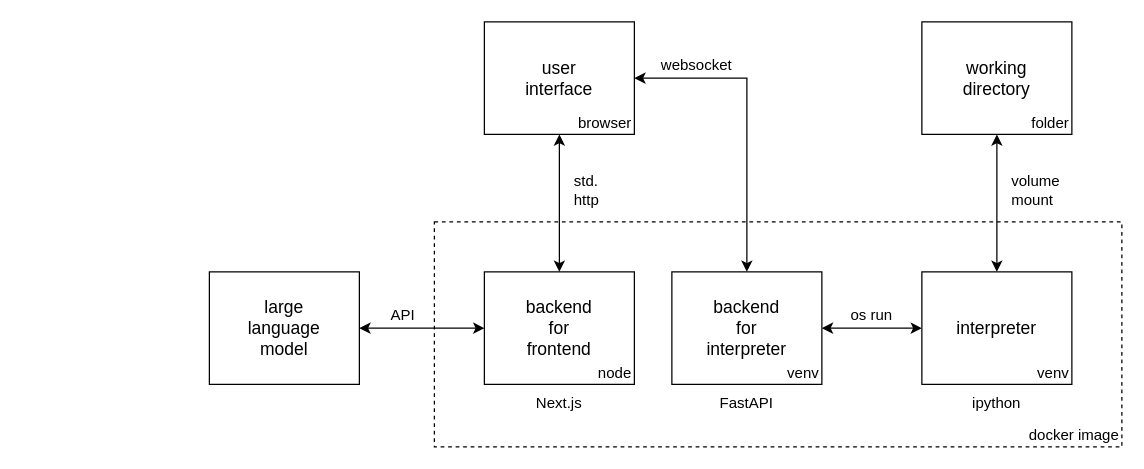
Before: docs/architecture.drawio in silvanmelchior/IncognitoPilot, a draw.io diagram. Source tidied: cells renumbered, new cells numbered last; positions are measured from the earlier drawing's top-left corner, leaving out a move shared by most shapes. Both pictures are drawn from the tidied source at 125%, with x=0, y=0 at pixel (209, 21).
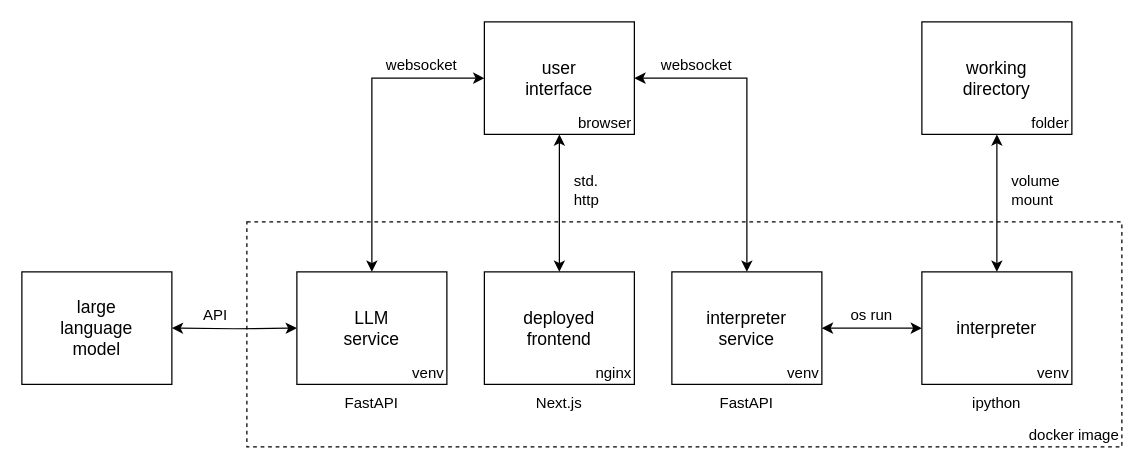
The same page after the edit.

Commit message (it also covers changes not shown here):
architecture and FAQs

The change refers to these unchanged cells:
```xml
<mxCell id="15" value="browser" style="rounded=0;whiteSpace=wrap;html=1;verticalAlign=bottom;align=right;" parent="1" vertex="1">
  <mxGeometry x="220" width="120" height="90" as="geometry" />
</mxCell>
```

Change to the diagram source:
```diff
@@
     <mxCell id="2" value="docker image" style="rounded=0;whiteSpace=wrap;html=1;align=right;verticalAlign=bottom;fillColor=none;dashed=1;" parent="1" vertex="1">
-      <mxGeometry x="180" y="160" width="550" height="180" as="geometry" />
+      <mxGeometry x="30" y="160" width="700" height="180" as="geometry" />
     </mxCell>
-    <mxCell id="3" style="edgeStyle=orthogonalEdgeStyle;rounded=0;jettySize=auto;html=1;entryX=1;entryY=0.5;entryDx=0;entryDy=0;startArrow=classic;startFill=1;" parent="1" edge="1" source="4" target="17">
-      <mxGeometry relative="1" as="geometry" />
+    <mxCell id="3" style="edgeStyle=orthogonalEdgeStyle;rounded=0;jettySize=auto;html=1;entryX=1;entryY=0.5;entryDx=0;entryDy=0;startArrow=classic;startFill=1;" parent="1" edge="1" target="17">
+      <mxGeometry relative="1" as="geometry">
+        <mxPoint x="70" y="245" as="sourcePoint" />
+      </mxGeometry>
     </mxCell>
-    <mxCell id="4" value="node" style="rounded=0;whiteSpace=wrap;html=1;verticalAlign=bottom;align=right;" parent="1" vertex="1">
+    <mxCell id="4" value="nginx" style="rounded=0;whiteSpace=wrap;html=1;verticalAlign=bottom;align=right;" parent="1" vertex="1">
       <mxGeometry x="220" y="200" width="120" height="90" as="geometry" />
     </mxCell>
@@
-    <mxCell id="8" value="backend for frontend" style="text;html=1;strokeColor=none;fillColor=none;align=center;verticalAlign=middle;whiteSpace=wrap;rounded=0;fontSize=14;" parent="1" vertex="1">
+    <mxCell id="8" value="deployed frontend" style="text;html=1;strokeColor=none;fillColor=none;align=center;verticalAlign=middle;whiteSpace=wrap;rounded=0;fontSize=14;" parent="1" vertex="1">
       <mxGeometry x="250" y="230" width="60" height="30" as="geometry" />
     </mxCell>
@@
-    <mxCell id="11" value="backend for interpreter" style="text;html=1;strokeColor=none;fillColor=none;align=center;verticalAlign=middle;whiteSpace=wrap;rounded=0;fontSize=14;" parent="1" vertex="1">
+    <mxCell id="11" value="interpreter service" style="text;html=1;strokeColor=none;fillColor=none;align=center;verticalAlign=middle;whiteSpace=wrap;rounded=0;fontSize=14;" parent="1" vertex="1">
       <mxGeometry x="400" y="230" width="60" height="30" as="geometry" />
     </mxCell>
@@
     <mxCell id="17" style="rounded=0;whiteSpace=wrap;html=1;verticalAlign=bottom;align=right;" parent="1" vertex="1">
-      <mxGeometry y="200" width="120" height="90" as="geometry" />
+      <mxGeometry x="-150" y="200" width="120" height="90" as="geometry" />
     </mxCell>
     <mxCell id="18" value="large language model" style="text;html=1;strokeColor=none;fillColor=none;align=center;verticalAlign=middle;whiteSpace=wrap;rounded=0;fontSize=14;" parent="1" vertex="1">
-      <mxGeometry x="30" y="230" width="60" height="30" as="geometry" />
+      <mxGeometry x="-120" y="230" width="60" height="30" as="geometry" />
     </mxCell>
@@
     <mxCell id="20" value="API" style="text;html=1;strokeColor=none;fillColor=none;align=center;verticalAlign=middle;whiteSpace=wrap;rounded=0;" parent="1" vertex="1">
-      <mxGeometry x="120" y="220" width="70" height="30" as="geometry" />
+      <mxGeometry x="-30" y="220" width="70" height="30" as="geometry" />
     </mxCell>
@@
+    <mxCell id="29" value="venv" style="rounded=0;whiteSpace=wrap;html=1;verticalAlign=bottom;align=right;" parent="1" vertex="1">
+      <mxGeometry x="70" y="200" width="120" height="90" as="geometry" />
+    </mxCell>
+    <mxCell id="30" value="LLM service" style="text;html=1;strokeColor=none;fillColor=none;align=center;verticalAlign=middle;whiteSpace=wrap;rounded=0;fontSize=14;" parent="1" vertex="1">
+      <mxGeometry x="100" y="230" width="60" height="30" as="geometry" />
+    </mxCell>
+    <mxCell id="31" value="FastAPI" style="text;html=1;strokeColor=none;fillColor=none;align=center;verticalAlign=middle;whiteSpace=wrap;rounded=0;" parent="1" vertex="1">
+      <mxGeometry x="100" y="290" width="60" height="30" as="geometry" />
+    </mxCell>
+    <mxCell id="32" style="edgeStyle=orthogonalEdgeStyle;rounded=0;jettySize=auto;html=1;entryX=0.5;entryY=0;entryDx=0;entryDy=0;startArrow=classic;startFill=1;exitX=0;exitY=0.5;exitDx=0;exitDy=0;" parent="1" edge="1" source="15" target="29">
+      <mxGeometry relative="1" as="geometry" />
+    </mxCell>
+    <mxCell id="33" value="websocket" style="text;html=1;strokeColor=none;fillColor=none;align=center;verticalAlign=middle;whiteSpace=wrap;rounded=0;" parent="1" vertex="1">
+      <mxGeometry x="110" y="20" width="120" height="30" as="geometry" />
+    </mxCell>
```
